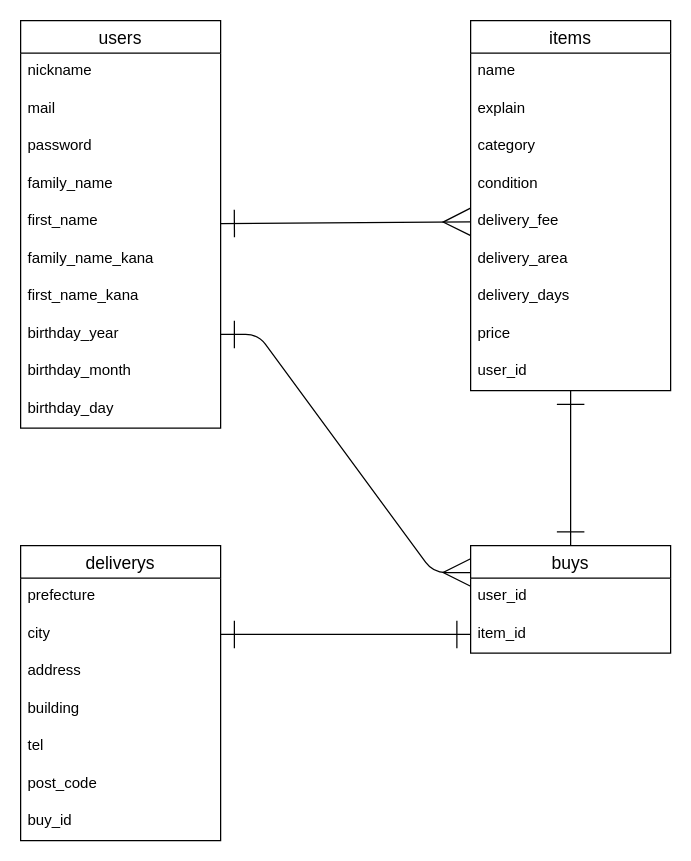
Above: furimaER.dio in Ryosuke1020sce/furima-41797 (draw.io), before the change. Source tidied: cells renumbered, new cells numbered last; positions are measured from the earlier drawing's top-left corner, leaving out a move shared by most shapes. Both pictures are drawn from the tidied source at 125%, with x=0, y=0 at pixel (20, 20).
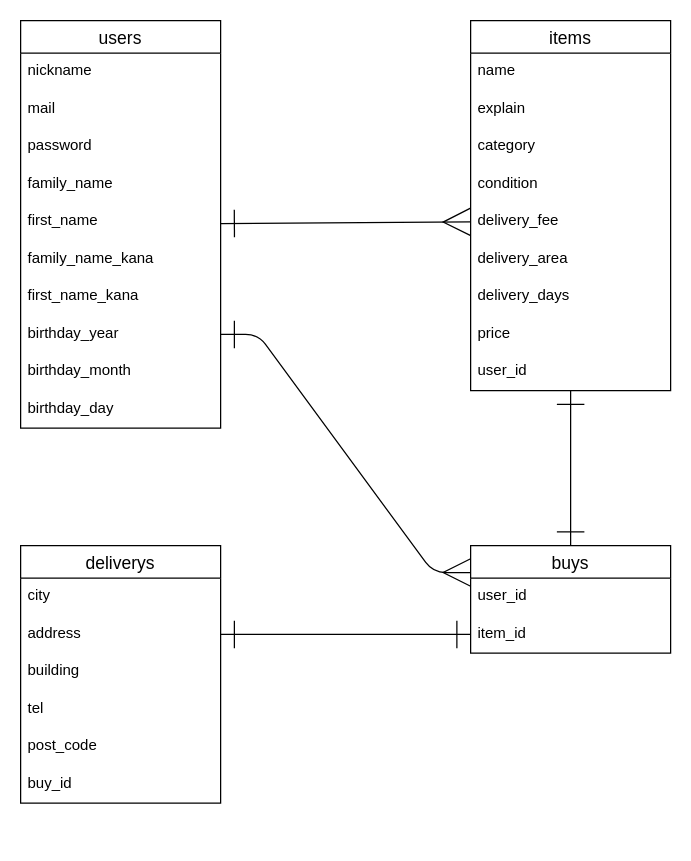
The same diagram, later.

Commit message (it also covers changes not shown here):
READMEとER図の修正

Unchanged cells that the change refers to:
```xml
<mxCell id="35" value="item_id" style="text;strokeColor=none;fillColor=none;spacingLeft=4;spacingRight=4;overflow=hidden;points=[[0,0.5],[1,0.5]];portConstraint=eastwest;fontSize=12;" parent="33" vertex="1">
  <mxGeometry y="56" width="160" height="30" as="geometry" />
</mxCell>
```

Change to the diagram source:
```diff
@@
     <mxCell id="25" value="deliverys" style="swimlane;fontStyle=0;horizontal=1;startSize=26;align=center;fontSize=14;" parent="1" vertex="1">
-      <mxGeometry y="420" width="160" height="236" as="geometry" />
+      <mxGeometry y="420" width="160" height="206" as="geometry" />
     </mxCell>
-    <mxCell id="26" value="prefecture" style="text;strokeColor=none;fillColor=none;spacingLeft=4;spacingRight=4;overflow=hidden;fontSize=12;" parent="25" vertex="1">
-      <mxGeometry y="26" width="160" height="30" as="geometry" />
-    </mxCell>
     <mxCell id="27" value="city" style="text;strokeColor=none;fillColor=none;spacingLeft=4;spacingRight=4;overflow=hidden;points=[[0,0.5],[1,0.5]];portConstraint=eastwest;fontSize=12;" parent="25" vertex="1">
-      <mxGeometry y="56" width="160" height="30" as="geometry" />
+      <mxGeometry y="26" width="160" height="30" as="geometry" />
     </mxCell>
     <mxCell id="28" value="address" style="text;strokeColor=none;fillColor=none;spacingLeft=4;spacingRight=4;overflow=hidden;points=[[0,0.5],[1,0.5]];portConstraint=eastwest;fontSize=12;" parent="25" vertex="1">
-      <mxGeometry y="86" width="160" height="30" as="geometry" />
+      <mxGeometry y="56" width="160" height="30" as="geometry" />
     </mxCell>
     <mxCell id="29" value="building" style="text;strokeColor=none;fillColor=none;spacingLeft=4;spacingRight=4;overflow=hidden;fontSize=12;" parent="25" vertex="1">
-      <mxGeometry y="116" width="160" height="30" as="geometry" />
+      <mxGeometry y="86" width="160" height="30" as="geometry" />
     </mxCell>
     <mxCell id="30" value="tel" style="text;strokeColor=none;fillColor=none;spacingLeft=4;spacingRight=4;overflow=hidden;fontSize=12;" parent="25" vertex="1">
-      <mxGeometry y="146" width="160" height="30" as="geometry" />
+      <mxGeometry y="116" width="160" height="30" as="geometry" />
     </mxCell>
     <mxCell id="31" value="post_code" style="text;strokeColor=none;fillColor=none;spacingLeft=4;spacingRight=4;overflow=hidden;fontSize=12;" parent="25" vertex="1">
-      <mxGeometry y="176" width="160" height="30" as="geometry" />
+      <mxGeometry y="146" width="160" height="30" as="geometry" />
     </mxCell>
     <mxCell id="32" value="buy_id" style="text;strokeColor=none;fillColor=none;spacingLeft=4;spacingRight=4;overflow=hidden;fontSize=12;" parent="25" vertex="1">
-      <mxGeometry y="206" width="160" height="30" as="geometry" />
+      <mxGeometry y="176" width="160" height="30" as="geometry" />
     </mxCell>
@@
-    <mxCell id="36" style="edgeStyle=none;html=1;strokeWidth=1;startArrow=ERone;startFill=0;endArrow=ERone;endFill=0;startSize=20;endSize=20;entryX=1;entryY=0.5;entryDx=0;entryDy=0;exitX=0;exitY=0.5;exitDx=0;exitDy=0;" parent="1" edge="1" source="35" target="27">
+    <mxCell id="36" style="edgeStyle=none;html=1;strokeWidth=1;startArrow=ERone;startFill=0;endArrow=ERone;endFill=0;startSize=20;endSize=20;entryX=1;entryY=0.5;entryDx=0;entryDy=0;exitX=0;exitY=0.5;exitDx=0;exitDy=0;" parent="1" edge="1" source="35" target="28">
       <mxGeometry relative="1" as="geometry" />
     </mxCell>
```
